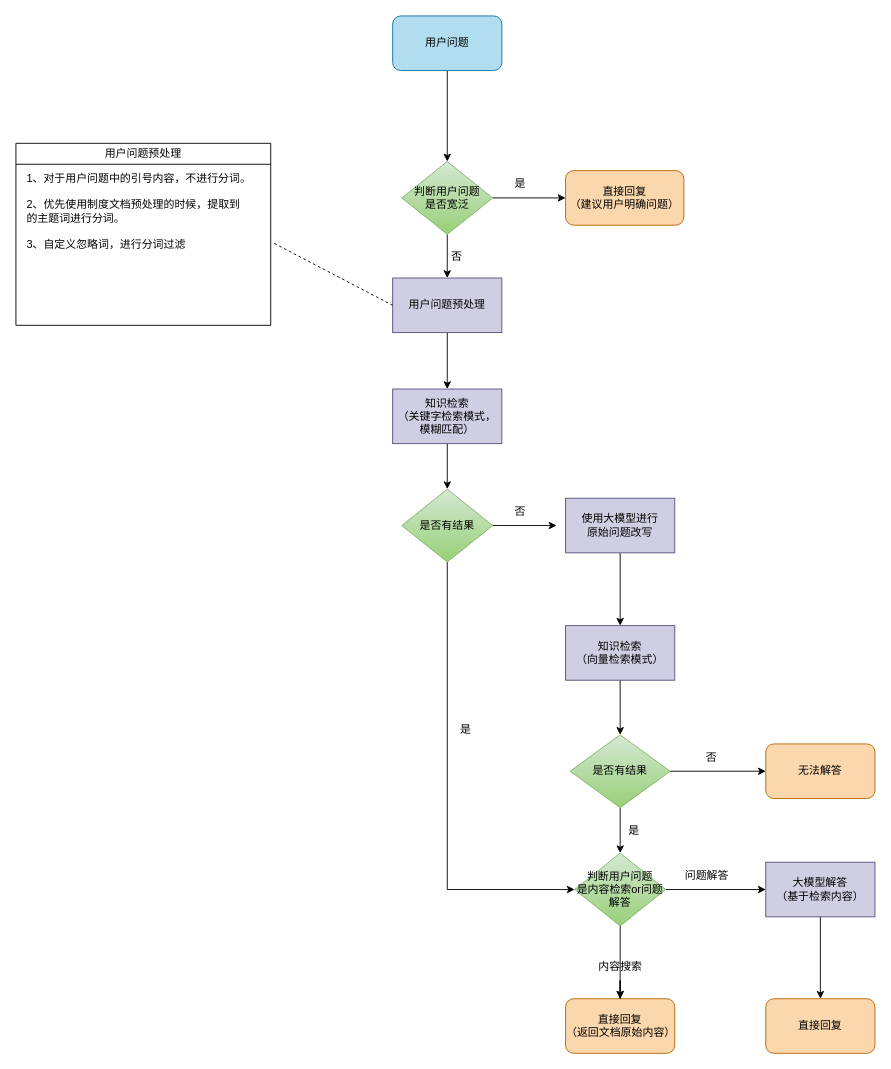
LayneZale/Draw.io keeps this draw.io diagram as 制度问答流程.drawio. Above is the earlier version. Source tidied: cells renumbered, new cells numbered last; positions are measured from the earlier drawing's top-left corner, leaving out a move shared by most shapes. Both pictures are drawn from the tidied source at 91%, with x=0, y=0 at pixel (15, 15).
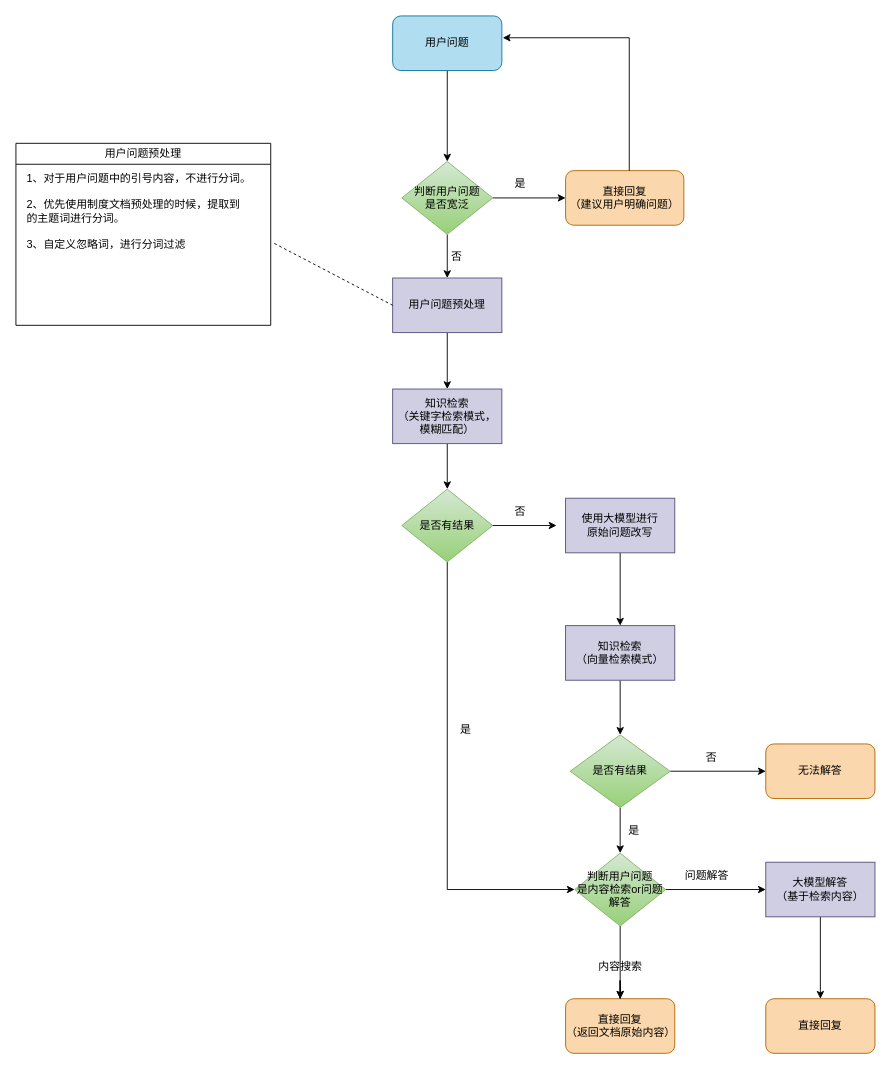
The same diagram, later.

Commit message:
更新制度问答流程.drawio

Unchanged cells that the change refers to:
```xml
<mxCell id="5" value="用户问题" style="rounded=1;whiteSpace=wrap;html=1;fillColor=#b1ddf0;strokeColor=#10739e;" parent="1" vertex="1">
  <mxGeometry x="414" width="120" height="60" as="geometry" />
</mxCell>
<mxCell id="30" value="直接回复&lt;br&gt;（建议用户明确问题）" style="rounded=1;whiteSpace=wrap;html=1;fillColor=#fad7ac;strokeColor=#b46504;" parent="1" vertex="1">
  <mxGeometry x="604" y="170" width="130" height="60" as="geometry" />
</mxCell>
```

The edit, as a diff of the source:
```diff
@@
+    <mxCell id="42" style="edgeStyle=orthogonalEdgeStyle;rounded=0;jettySize=auto;html=1;entryX=1.008;entryY=0.4;entryDx=0;entryDy=0;entryPerimeter=0;" parent="1" edge="1" source="30" target="5">
+      <mxGeometry relative="1" as="geometry">
+        <Array as="points">
+          <mxPoint x="674" y="24" />
+        </Array>
+      </mxGeometry>
+    </mxCell>
```
